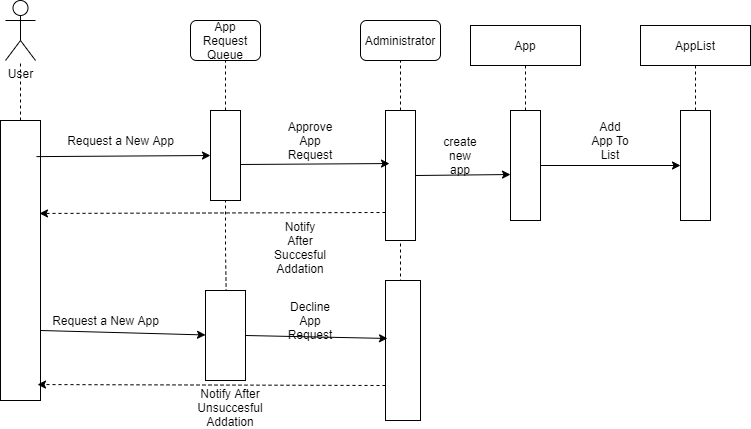
This is UML_Diagrams/Appdex-App Request Sequence Diagram.png from Connor-Estell/SophisticatedSoftwareSolutions, a draw.io export, as it was before one commit. Source tidied: cells renumbered, new cells last; positions are measured from the earlier drawing's top-left corner, leaving out a move shared by most shapes.
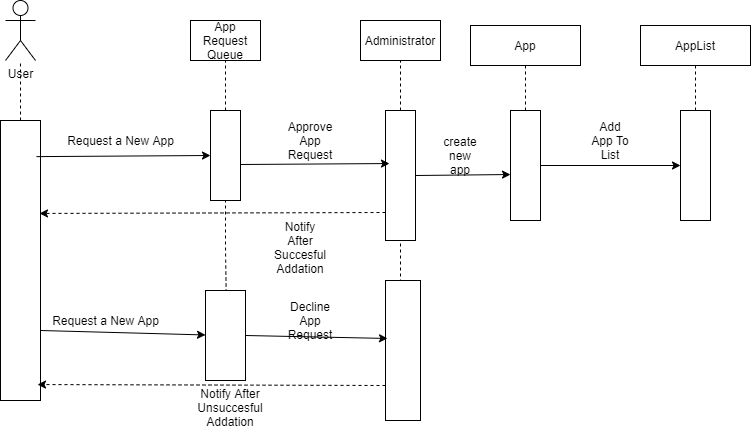
After the change.

Commit message:
Updated Sequence Diagram

Change to the diagram source:
```diff
@@ -8,7 +8,7 @@
     <mxCell id="3" value="User" style="shape=umlActor;verticalLabelPosition=bottom;verticalAlign=top;html=1;outlineConnect=0;" parent="1" vertex="1">
       <mxGeometry x="5" width="30" height="60" as="geometry" />
     </mxCell>
-    <mxCell id="4" value="App Request Queue" style="rounded=1;whiteSpace=wrap;html=1;" parent="1" vertex="1">
+    <mxCell id="4" value="App Request Queue" style="rounded=0;whiteSpace=wrap;html=1;" parent="1" vertex="1">
       <mxGeometry x="190" y="20" width="70" height="40" as="geometry" />
     </mxCell>
     <mxCell id="5" style="rounded=0;whiteSpace=wrap;html=1;" parent="1" vertex="1">
@@ -20,7 +20,7 @@
     <mxCell id="7" value="Request a New App" style="text;html=1;align=center;verticalAlign=middle;" parent="1" vertex="1">
       <mxGeometry x="60" y="130" width="120" height="20" as="geometry" />
     </mxCell>
-    <mxCell id="8" value="Administrator" style="rounded=1;whiteSpace=wrap;html=1;" parent="1" vertex="1">
+    <mxCell id="8" value="Administrator" style="rounded=0;whiteSpace=wrap;html=1;" parent="1" vertex="1">
       <mxGeometry x="360" y="20" width="80" height="40" as="geometry" />
     </mxCell>
     <mxCell id="9" style="endArrow=none;dashed=1;html=1;" parent="1" edge="1" source="5" target="4">
```
